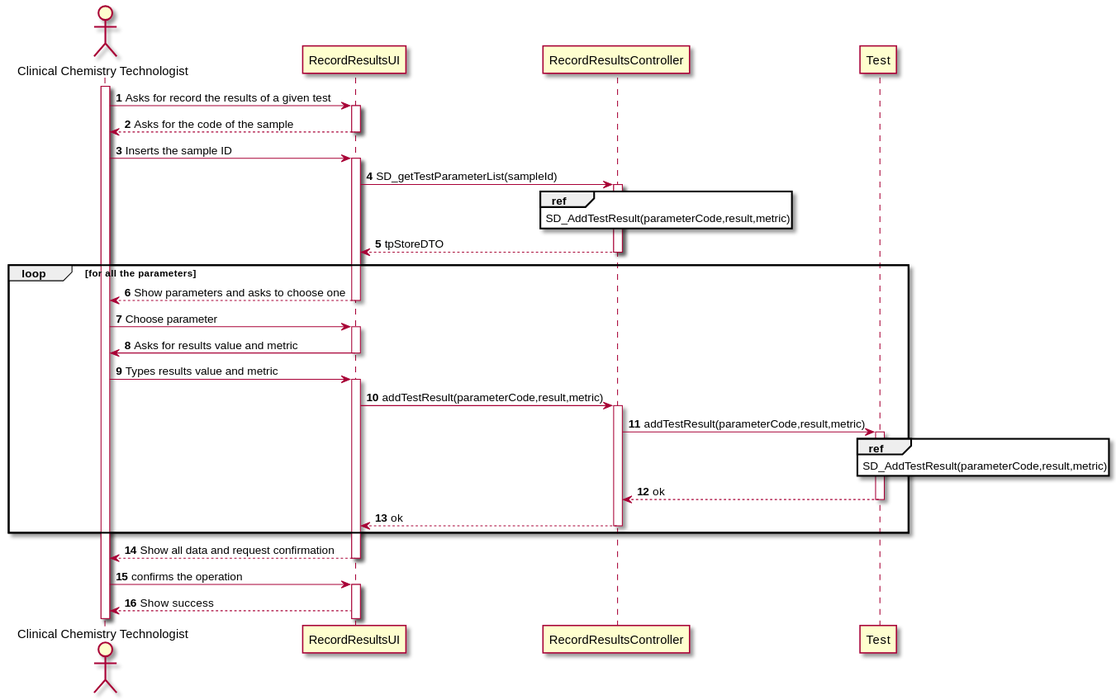
The PlantUML diagram docs/SprintC/US12/US12_SD.svg in MarianaCLages/LAPR2, before a commit.
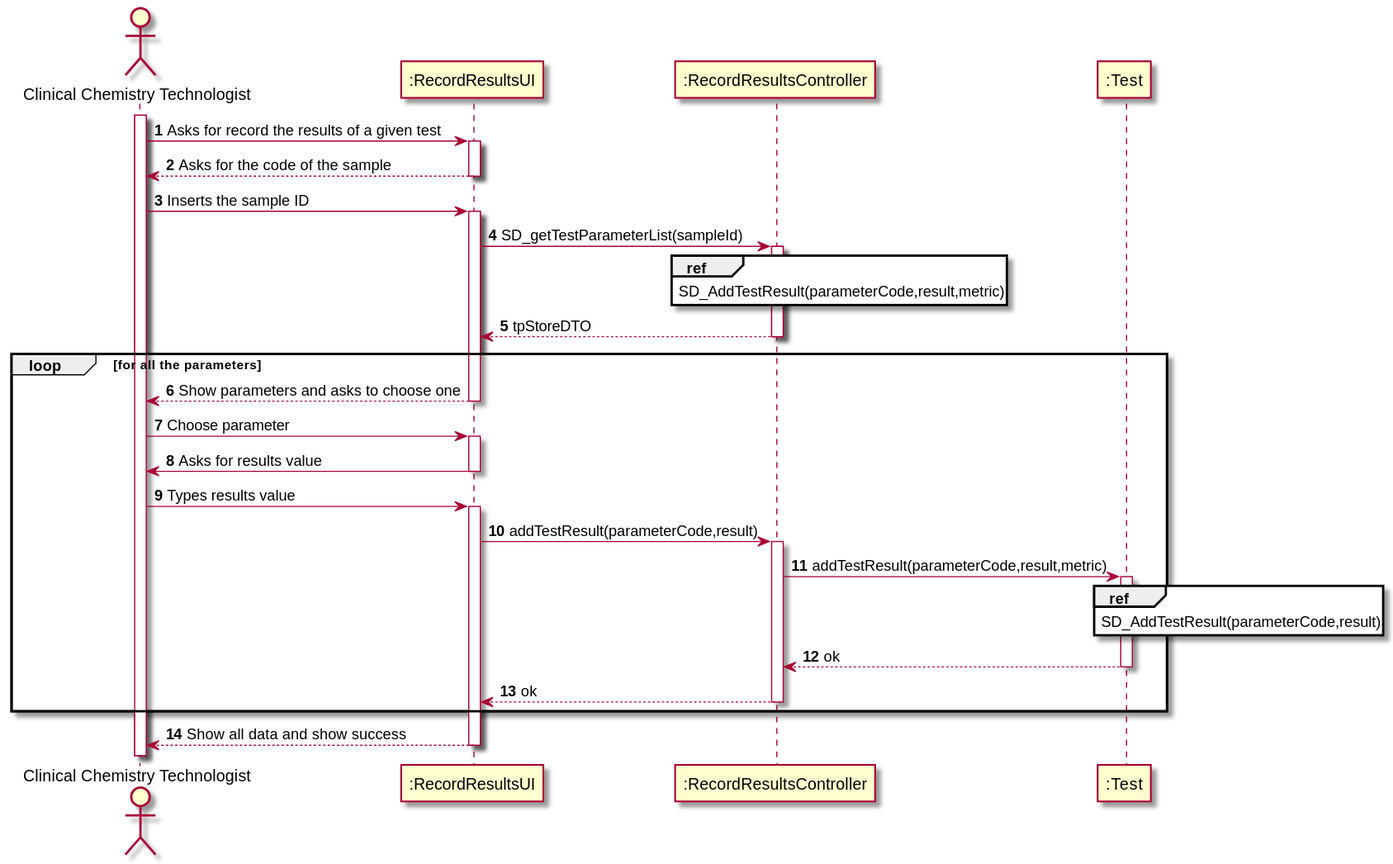
After the commit.

Diff of the diagram source:
```diff
@@ -1,9 +1,9 @@
 @startuml
 autonumber
 actor "Clinical Chemistry Technologist" as cct
-participant "RecordResultsUI" as UI
-participant "RecordResultsController" as ctrl
-participant "Test" as Test
+participant ":RecordResultsUI" as UI
+participant ":RecordResultsController" as ctrl
+participant ":Test" as Test
 
 activate cct
 cct -> UI: Asks for record the results of a given test
@@ -22,16 +22,16 @@
     deactivate UI
     cct -> UI: Choose parameter
     activate UI
-    UI -> cct: Asks for results value and metric
+    UI -> cct: Asks for results value
     deactivate UI
-    cct -> UI: Types results value and metric
+    cct -> UI: Types results value
     activate UI
 
-    UI -> ctrl: addTestResult(parameterCode,result,metric)
+    UI -> ctrl: addTestResult(parameterCode,result)
     activate ctrl
     ctrl -> Test: addTestResult(parameterCode,result,metric)
     activate Test
-    ref over Test : SD_AddTestResult(parameterCode,result,metric)
+    ref over Test : SD_AddTestResult(parameterCode,result)
     Test --> ctrl : ok
     deactivate Test
     ctrl --> UI: ok
@@ -40,11 +40,9 @@
 
 end
 
-UI --> cct: Show all data and request confirmation
+UI --> cct: Show all data and show success
 deactivate UI
-cct -> UI: confirms the operation
-activate UI
-UI --> cct: Show success
+
 
 
 
```
